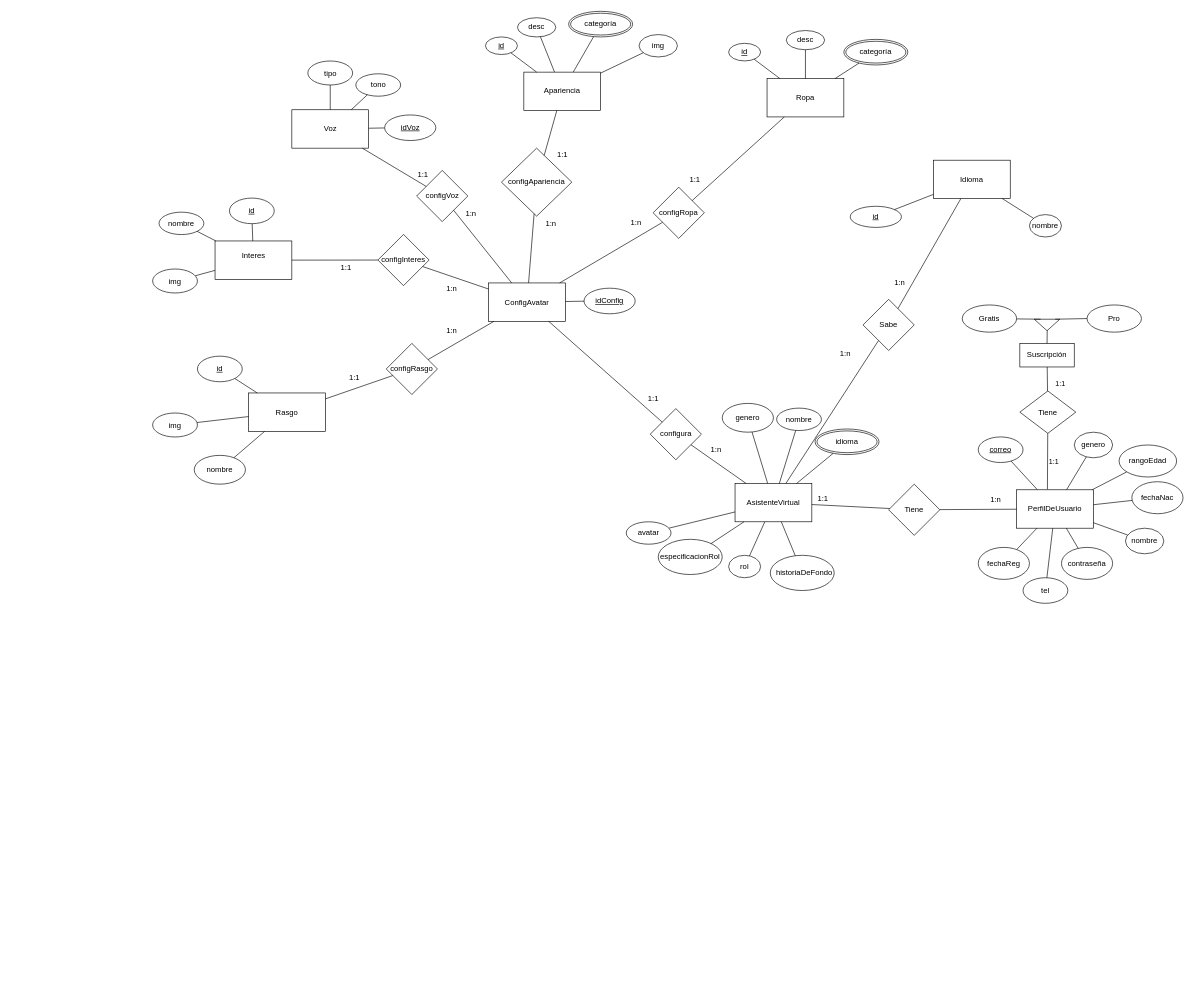
The draw.io diagram Untitled Diagram.drawio in guicod3r/codeFacultad, before the edit. Source tidied: cells renumbered, new cells numbered last; positions are measured from the earlier drawing's top-left corner, leaving out a move shared by most shapes. Both pictures are drawn from the tidied source at 64%, with x=0, y=0 at pixel (152, 11).
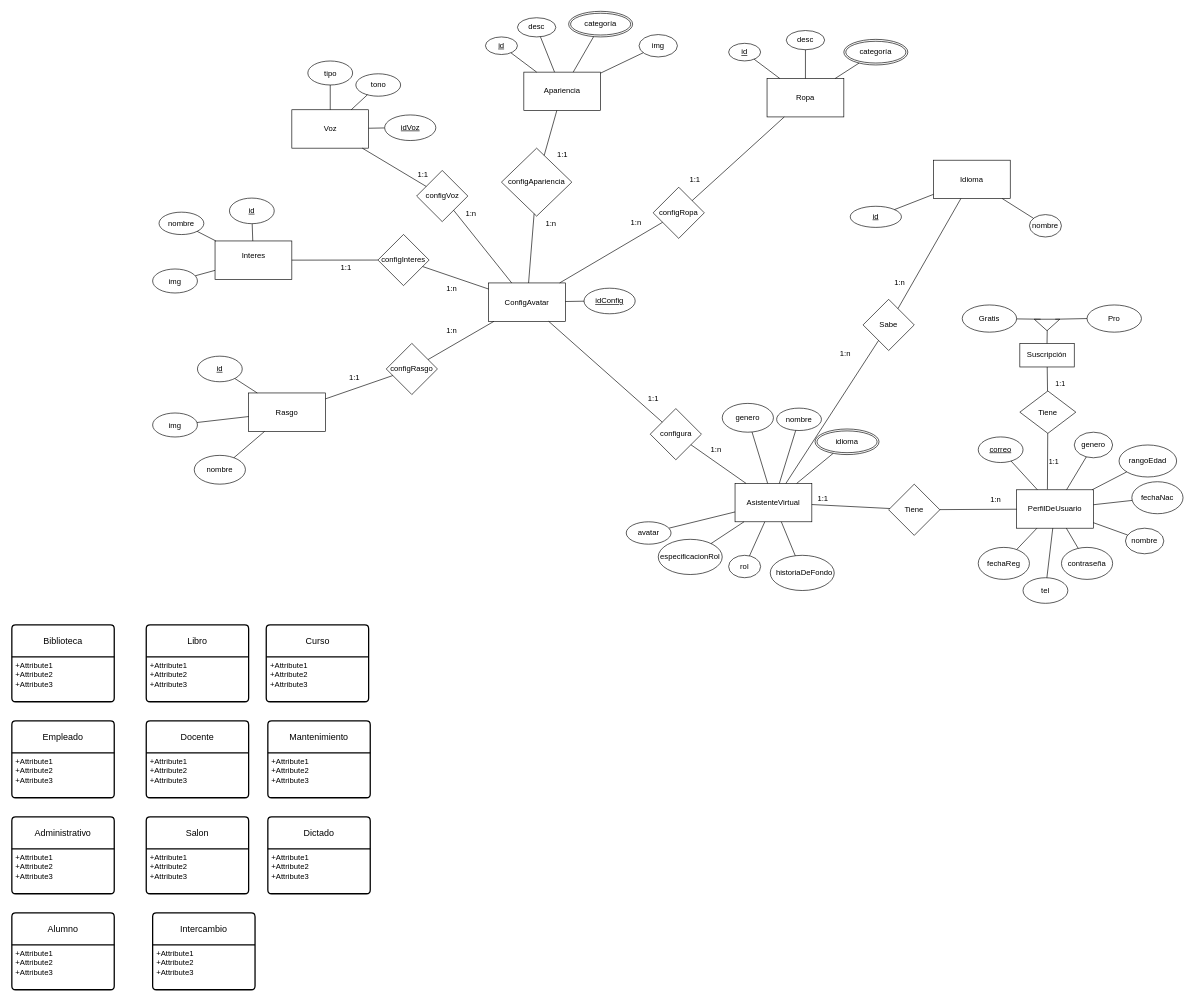
Above is the later version.

Change to the diagram source:
```diff
@@
+    <mxCell id="129" value="Biblioteca" style="swimlane;horizontal=1;startSize=50;rounded=1;fontSize=14;fontStyle=0;strokeWidth=2;shadow=0;dashed=0;align=center;arcSize=4;whiteSpace=wrap;html=1;" parent="1" vertex="1">
+      <mxGeometry x="-220" y="959" width="160" height="120" as="geometry" />
+    </mxCell>
+    <mxCell id="130" value="+Attribute1&#10;+Attribute2&#10;+Attribute3" style="align=left;strokeColor=none;fillColor=none;spacingLeft=4;fontSize=12;verticalAlign=top;html=1;" parent="129" vertex="1">
+      <mxGeometry y="50" width="160" height="70" as="geometry" />
+    </mxCell>
+    <mxCell id="131" value="Libro" style="swimlane;horizontal=1;startSize=50;rounded=1;fontSize=14;fontStyle=0;strokeWidth=2;shadow=0;dashed=0;align=center;arcSize=4;whiteSpace=wrap;html=1;" parent="1" vertex="1">
+      <mxGeometry x="-10" y="959" width="160" height="120" as="geometry" />
+    </mxCell>
+    <mxCell id="132" value="+Attribute1&#10;+Attribute2&#10;+Attribute3" style="align=left;strokeColor=none;fillColor=none;spacingLeft=4;fontSize=12;verticalAlign=top;html=1;" parent="131" vertex="1">
+      <mxGeometry y="50" width="160" height="70" as="geometry" />
+    </mxCell>
+    <mxCell id="133" value="Curso" style="swimlane;horizontal=1;startSize=50;rounded=1;fontSize=14;fontStyle=0;strokeWidth=2;shadow=0;dashed=0;align=center;arcSize=4;whiteSpace=wrap;html=1;" parent="1" vertex="1">
+      <mxGeometry x="177.5" y="959" width="160" height="120" as="geometry" />
+    </mxCell>
+    <mxCell id="134" value="+Attribute1&#10;+Attribute2&#10;+Attribute3" style="align=left;strokeColor=none;fillColor=none;spacingLeft=4;fontSize=12;verticalAlign=top;html=1;" parent="133" vertex="1">
+      <mxGeometry y="50" width="160" height="70" as="geometry" />
+    </mxCell>
+    <mxCell id="135" value="Empleado" style="swimlane;horizontal=1;startSize=50;rounded=1;fontSize=14;fontStyle=0;strokeWidth=2;shadow=0;dashed=0;align=center;arcSize=4;whiteSpace=wrap;html=1;" parent="1" vertex="1">
+      <mxGeometry x="-220" y="1109" width="160" height="120" as="geometry" />
+    </mxCell>
+    <mxCell id="136" value="+Attribute1&#10;+Attribute2&#10;+Attribute3" style="align=left;strokeColor=none;fillColor=none;spacingLeft=4;fontSize=12;verticalAlign=top;html=1;" parent="135" vertex="1">
+      <mxGeometry y="50" width="160" height="70" as="geometry" />
+    </mxCell>
+    <mxCell id="137" value="Docente" style="swimlane;horizontal=1;startSize=50;rounded=1;fontSize=14;fontStyle=0;strokeWidth=2;shadow=0;dashed=0;align=center;arcSize=4;whiteSpace=wrap;html=1;" parent="1" vertex="1">
+      <mxGeometry x="-10" y="1109" width="160" height="120" as="geometry" />
+    </mxCell>
+    <mxCell id="138" value="+Attribute1&#10;+Attribute2&#10;+Attribute3" style="align=left;strokeColor=none;fillColor=none;spacingLeft=4;fontSize=12;verticalAlign=top;html=1;" parent="137" vertex="1">
+      <mxGeometry y="50" width="160" height="70" as="geometry" />
+    </mxCell>
+    <mxCell id="139" value="Mantenimiento" style="swimlane;horizontal=1;startSize=50;rounded=1;fontSize=14;fontStyle=0;strokeWidth=2;shadow=0;dashed=0;align=center;arcSize=4;whiteSpace=wrap;html=1;" parent="1" vertex="1">
+      <mxGeometry x="180" y="1109" width="160" height="120" as="geometry" />
+    </mxCell>
+    <mxCell id="140" value="+Attribute1&#10;+Attribute2&#10;+Attribute3" style="align=left;strokeColor=none;fillColor=none;spacingLeft=4;fontSize=12;verticalAlign=top;html=1;" parent="139" vertex="1">
+      <mxGeometry y="50" width="160" height="70" as="geometry" />
+    </mxCell>
+    <mxCell id="141" value="Administrativo" style="swimlane;horizontal=1;startSize=50;rounded=1;fontSize=14;fontStyle=0;strokeWidth=2;shadow=0;dashed=0;align=center;arcSize=4;whiteSpace=wrap;html=1;" parent="1" vertex="1">
+      <mxGeometry x="-220" y="1259" width="160" height="120" as="geometry" />
+    </mxCell>
+    <mxCell id="142" value="+Attribute1&#10;+Attribute2&#10;+Attribute3" style="align=left;strokeColor=none;fillColor=none;spacingLeft=4;fontSize=12;verticalAlign=top;html=1;" parent="141" vertex="1">
+      <mxGeometry y="50" width="160" height="70" as="geometry" />
+    </mxCell>
+    <mxCell id="143" value="Salon" style="swimlane;horizontal=1;startSize=50;rounded=1;fontSize=14;fontStyle=0;strokeWidth=2;shadow=0;dashed=0;align=center;arcSize=4;whiteSpace=wrap;html=1;" parent="1" vertex="1">
+      <mxGeometry x="-10" y="1259" width="160" height="120" as="geometry" />
+    </mxCell>
+    <mxCell id="144" value="+Attribute1&#10;+Attribute2&#10;+Attribute3" style="align=left;strokeColor=none;fillColor=none;spacingLeft=4;fontSize=12;verticalAlign=top;html=1;" parent="143" vertex="1">
+      <mxGeometry y="50" width="160" height="70" as="geometry" />
+    </mxCell>
+    <mxCell id="145" value="Dictado" style="swimlane;horizontal=1;startSize=50;rounded=1;fontSize=14;fontStyle=0;strokeWidth=2;shadow=0;dashed=0;align=center;arcSize=4;whiteSpace=wrap;html=1;" parent="1" vertex="1">
+      <mxGeometry x="180" y="1259" width="160" height="120" as="geometry" />
+    </mxCell>
+    <mxCell id="146" value="+Attribute1&#10;+Attribute2&#10;+Attribute3" style="align=left;strokeColor=none;fillColor=none;spacingLeft=4;fontSize=12;verticalAlign=top;html=1;" parent="145" vertex="1">
+      <mxGeometry y="50" width="160" height="70" as="geometry" />
+    </mxCell>
+    <mxCell id="147" value="Alumno" style="swimlane;horizontal=1;startSize=50;rounded=1;fontSize=14;fontStyle=0;strokeWidth=2;shadow=0;dashed=0;align=center;arcSize=4;whiteSpace=wrap;html=1;" parent="1" vertex="1">
+      <mxGeometry x="-220" y="1409" width="160" height="120" as="geometry" />
+    </mxCell>
+    <mxCell id="148" value="+Attribute1&#10;+Attribute2&#10;+Attribute3" style="align=left;strokeColor=none;fillColor=none;spacingLeft=4;fontSize=12;verticalAlign=top;html=1;" parent="147" vertex="1">
+      <mxGeometry y="50" width="160" height="70" as="geometry" />
+    </mxCell>
+    <mxCell id="149" value="Intercambio" style="swimlane;horizontal=1;startSize=50;rounded=1;fontSize=14;fontStyle=0;strokeWidth=2;shadow=0;dashed=0;align=center;arcSize=4;whiteSpace=wrap;html=1;" parent="1" vertex="1">
+      <mxGeometry y="1409" width="160" height="120" as="geometry" />
+    </mxCell>
+    <mxCell id="150" value="+Attribute1&#10;+Attribute2&#10;+Attribute3" style="align=left;strokeColor=none;fillColor=none;spacingLeft=4;fontSize=12;verticalAlign=top;html=1;" parent="149" vertex="1">
+      <mxGeometry y="50" width="160" height="70" as="geometry" />
+    </mxCell>
```
